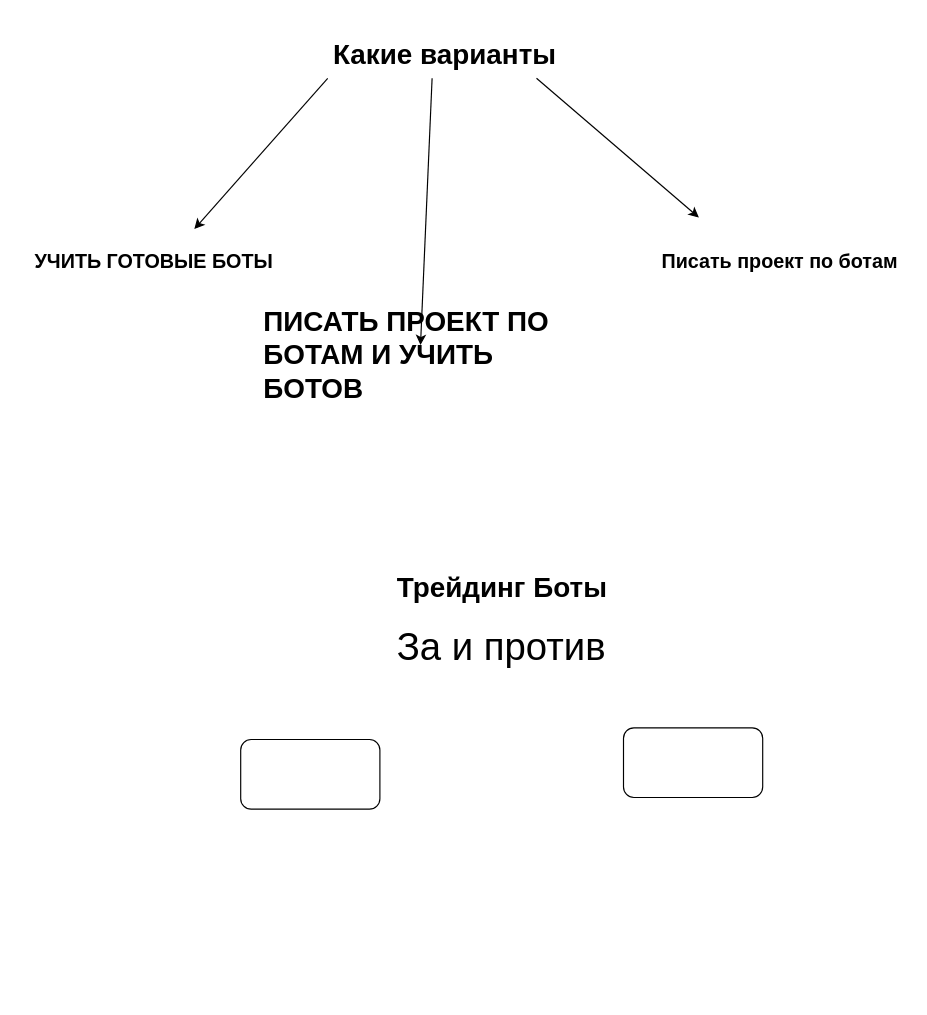
This is plans.drawio from sergeysmolkin-grodt/CryptoDebosh, a draw.io file, before an edit. Source tidied: cells renumbered, new cells numbered last; positions are measured from the earlier drawing's top-left corner, leaving out a move shared by most shapes. Both pictures are drawn from the tidied source at 116%, with x=0, y=0 at pixel (20, 31).
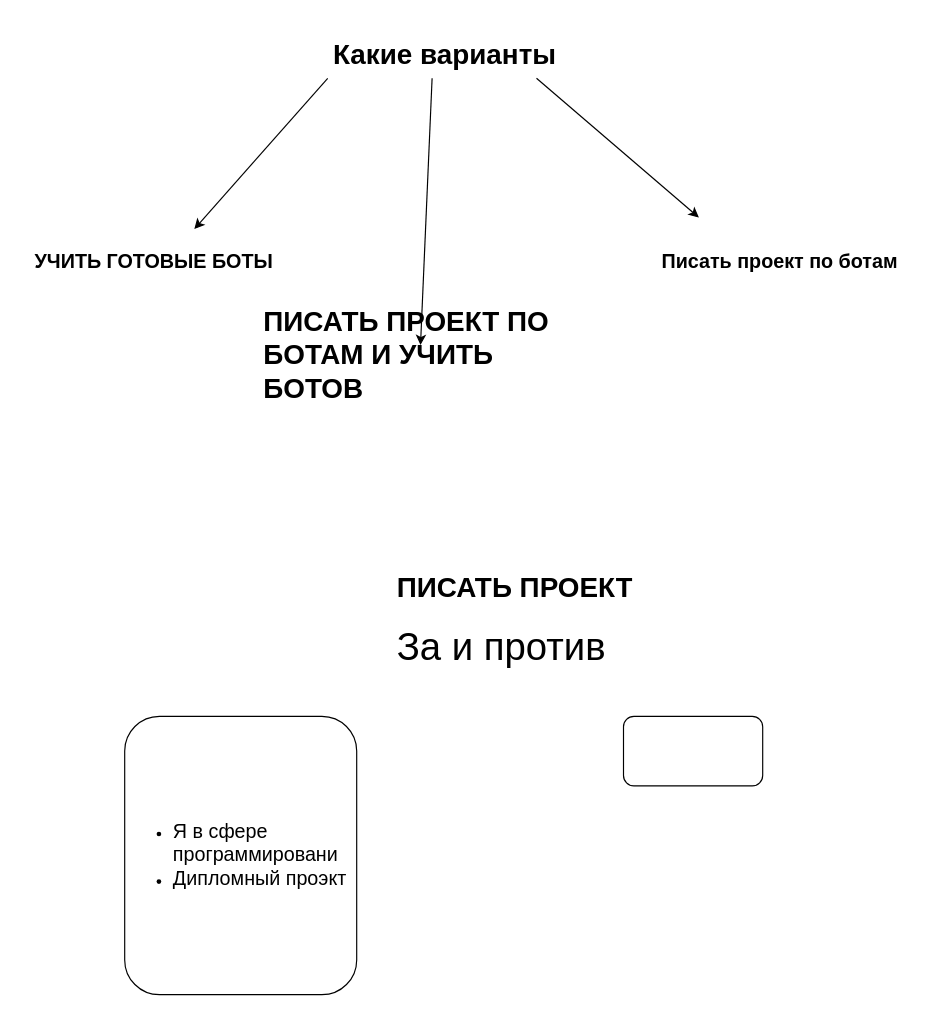
After the change.

The edit, as a diff of the source:
```diff
@@
 <mxGraphModel>
   <root>
     <mxCell id="0" />
     <mxCell id="1" parent="0" />
-    <mxCell id="2" style="rounded=1;whiteSpace=wrap;html=1;align=left;" parent="1" vertex="1">
-      <mxGeometry x="190" y="610" width="120" height="60" as="geometry" />
+    <mxCell id="2" value="&lt;ul&gt;&lt;li&gt;&lt;font style=&quot;font-size: 17px;&quot;&gt;Я в сфере программировани&lt;/font&gt;&lt;/li&gt;&lt;li&gt;&lt;span style=&quot;font-size: 17px;&quot;&gt;Дипломный проэкт&lt;/span&gt;&lt;/li&gt;&lt;/ul&gt;" style="rounded=1;whiteSpace=wrap;html=1;align=left;" parent="1" vertex="1">
+      <mxGeometry x="90" y="590" width="200" height="240" as="geometry" />
     </mxCell>
     <mxCell id="3" style="rounded=1;whiteSpace=wrap;html=1;" parent="1" vertex="1">
-      <mxGeometry x="520" y="600" width="120" height="60" as="geometry" />
+      <mxGeometry x="520" y="590" width="120" height="60" as="geometry" />
     </mxCell>
-    <mxCell id="4" value="&lt;h1&gt;Трейдинг Боты&lt;/h1&gt;&lt;p&gt;&lt;font style=&quot;font-size: 33px;&quot;&gt;За и против&lt;/font&gt;&lt;/p&gt;" style="text;html=1;strokeColor=none;fillColor=none;spacing=5;spacingTop=-20;whiteSpace=wrap;overflow=hidden;rounded=0;" parent="1" vertex="1">
-      <mxGeometry x="320" y="460" width="190" height="120" as="geometry" />
+    <mxCell id="4" value="&lt;h1&gt;ПИСАТЬ ПРОЕКТ&lt;/h1&gt;&lt;p&gt;&lt;font style=&quot;font-size: 33px;&quot;&gt;За и против&lt;/font&gt;&lt;/p&gt;" style="text;html=1;strokeColor=none;fillColor=none;spacing=5;spacingTop=-20;whiteSpace=wrap;overflow=hidden;rounded=0;" parent="1" vertex="1">
+      <mxGeometry x="320" y="460" width="220" height="120" as="geometry" />
     </mxCell>
     <mxCell id="5" value="&lt;h1&gt;Какие варианты&lt;/h1&gt;&lt;p&gt;&lt;br&gt;&lt;/p&gt;" style="text;html=1;strokeColor=none;fillColor=none;spacing=5;spacingTop=-20;whiteSpace=wrap;overflow=hidden;rounded=0;" parent="1" vertex="1">
       <mxGeometry x="265" width="240" height="60" as="geometry" />
     </mxCell>
     <mxCell id="6" style="endArrow=classic;html=1;rounded=0;" parent="1" edge="1">
       <mxGeometry relative="1" as="geometry">
         <mxPoint x="265" y="40" as="sourcePoint" />
         <mxPoint x="150" y="170" as="targetPoint" />
       </mxGeometry>
     </mxCell>
     <mxCell id="7" style="endArrow=classic;html=1;rounded=0;" parent="1" edge="1">
       <mxGeometry relative="1" as="geometry">
         <mxPoint x="355" y="40" as="sourcePoint" />
         <mxPoint x="345" y="270" as="targetPoint" />
       </mxGeometry>
     </mxCell>
     <mxCell id="8" style="endArrow=classic;html=1;rounded=0;" parent="1" edge="1">
       <mxGeometry relative="1" as="geometry">
         <mxPoint x="445" y="40" as="sourcePoint" />
         <mxPoint x="585" y="160" as="targetPoint" />
       </mxGeometry>
     </mxCell>
     <mxCell id="9" value="&lt;font style=&quot;font-size: 17px;&quot;&gt;&lt;b&gt;УЧИТЬ ГОТОВЫЕ БОТЫ&lt;/b&gt;&lt;/font&gt;" style="text;html=1;align=center;verticalAlign=middle;strokeColor=none;fillColor=none;" parent="1" vertex="1">
       <mxGeometry y="184" width="230" height="30" as="geometry" />
     </mxCell>
     <mxCell id="10" value="&lt;h1&gt;ПИСАТЬ ПРОЕКТ ПО БОТАМ И УЧИТЬ БОТОВ&lt;/h1&gt;" style="text;html=1;strokeColor=none;fillColor=none;spacing=5;spacingTop=-20;whiteSpace=wrap;overflow=hidden;rounded=0;" parent="1" vertex="1">
       <mxGeometry x="205" y="230" width="290" height="100" as="geometry" />
     </mxCell>
     <mxCell id="11" value="&lt;font size=&quot;1&quot; style=&quot;&quot;&gt;&lt;b style=&quot;font-size: 17px;&quot;&gt;Писать проект по ботам&lt;/b&gt;&lt;/font&gt;" style="text;html=1;strokeColor=none;fillColor=none;align=center;verticalAlign=middle;whiteSpace=wrap;rounded=0;" parent="1" vertex="1">
       <mxGeometry x="545" y="160" width="220" height="78" as="geometry" />
     </mxCell>
   </root>
 </mxGraphModel>
```
